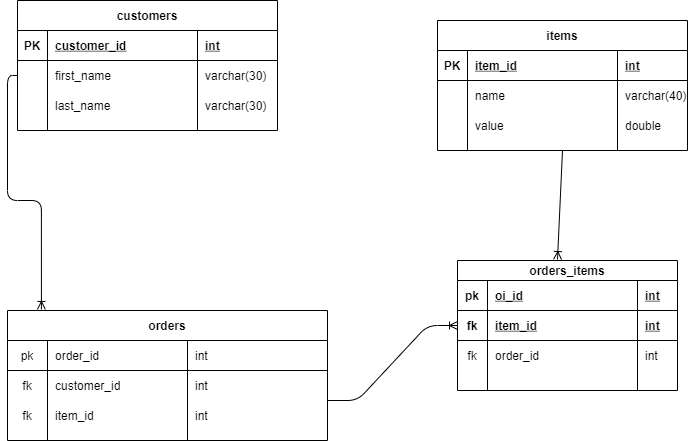
This is documents/erd1.png from skeletoro/IMS-Starter, a draw.io export, as it was before one commit. Source tidied: cells renumbered, new cells last; positions are measured from the earlier drawing's top-left corner, leaving out a move shared by most shapes.
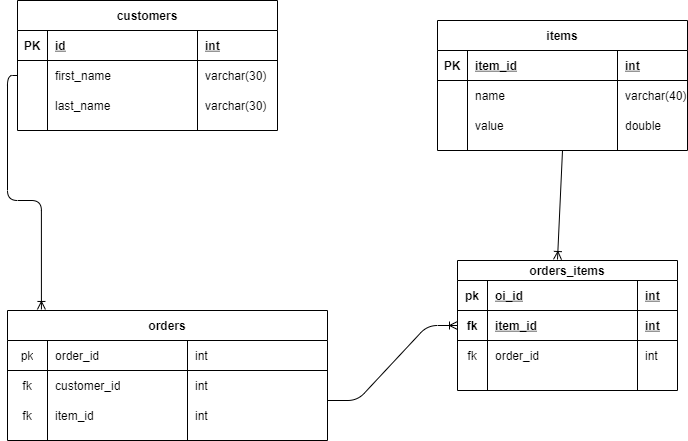
After the commit.

Diff of the diagram source:
```diff
@@ -11,7 +11,7 @@
     <mxCell id="4" value="PK" style="shape=partialRectangle;fillColor=none;top=0;left=0;bottom=0;right=0;fontStyle=1;overflow=hidden;" parent="3" vertex="1">
       <mxGeometry width="30" height="30" as="geometry" />
     </mxCell>
-    <mxCell id="5" value="customer_id" style="shape=partialRectangle;fillColor=none;top=0;left=0;bottom=0;right=0;align=left;spacingLeft=6;fontStyle=5;overflow=hidden;" parent="3" vertex="1">
+    <mxCell id="5" value="id" style="shape=partialRectangle;fillColor=none;top=0;left=0;bottom=0;right=0;align=left;spacingLeft=6;fontStyle=5;overflow=hidden;" parent="3" vertex="1">
       <mxGeometry x="30" width="150" height="30" as="geometry" />
     </mxCell>
     <mxCell id="6" value="int" style="shape=partialRectangle;fillColor=none;top=0;left=0;bottom=0;right=0;align=left;spacingLeft=6;fontStyle=5;overflow=hidden;" parent="3" vertex="1">
```
